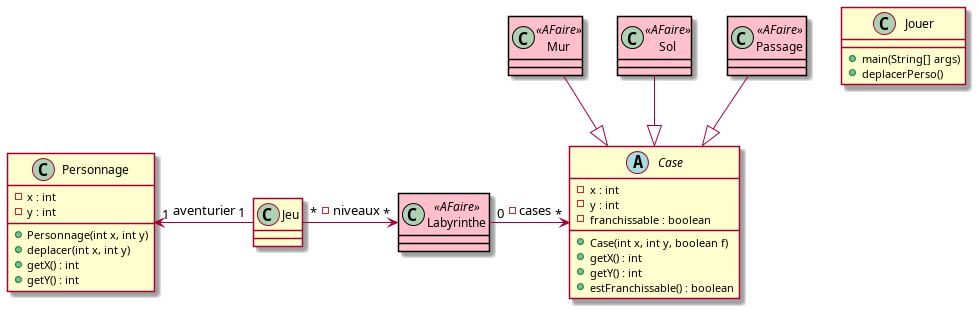
Alex-Michelet/2021_COO_Zeldiablo_Cordurie_Sacquard_Michelet_Kone_Becker keeps this PlantUML diagram as documents/version_1/umlClasses.png. Above is the earlier version.
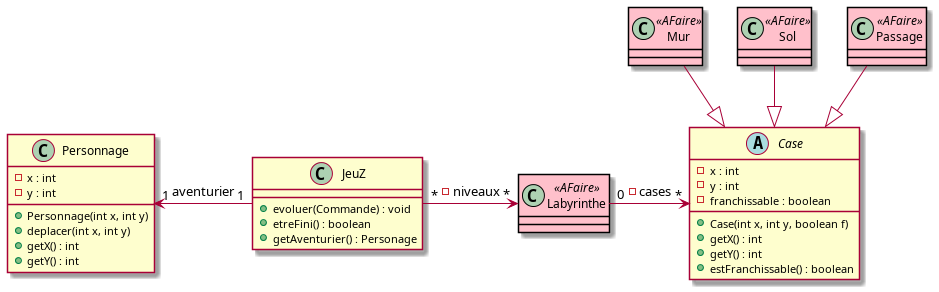
Above is the later version.

Commit message:
Modification diagramme classe et ajout getter aventurier dans JeuZ

What changed in the source:
```diff
@@ -5,9 +5,10 @@
   BorderColor<<AFaire>> Black
 }
 
-class Jouer{
-+ main(String[] args)
-+ deplacerPerso()
+class JeuZ{
++ evoluer(Commande) : void
++ etreFini() : boolean
++ getAventurier() : Personage
 }
 
 class Personnage{
@@ -43,7 +44,7 @@
 Sol --|> Case
 Passage --|> Case
 
-Jeu "1" -left> "1" Personnage : -aventurier
-Jeu "*" -> "*" Labyrinthe : -niveaux
+JeuZ "1" -left> "1" Personnage : -aventurier
+JeuZ "*" -> "*" Labyrinthe : -niveaux
 
 @enduml
```
